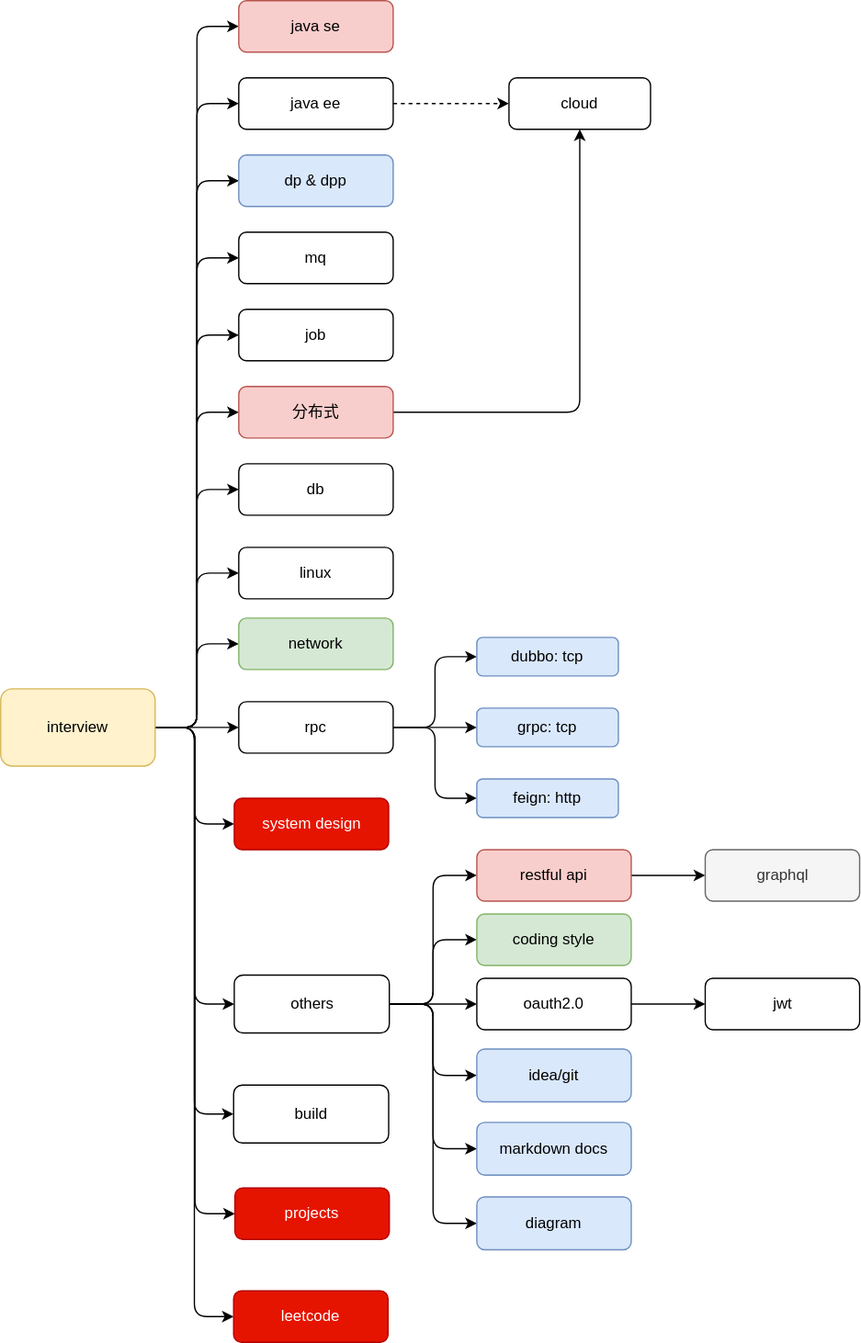
Above: @overview/readme.svg in Alice52/diagrams (draw.io), before the change. Source tidied: cells renumbered, new cells last; positions are measured from the earlier drawing's top-left corner, leaving out a move shared by most shapes.
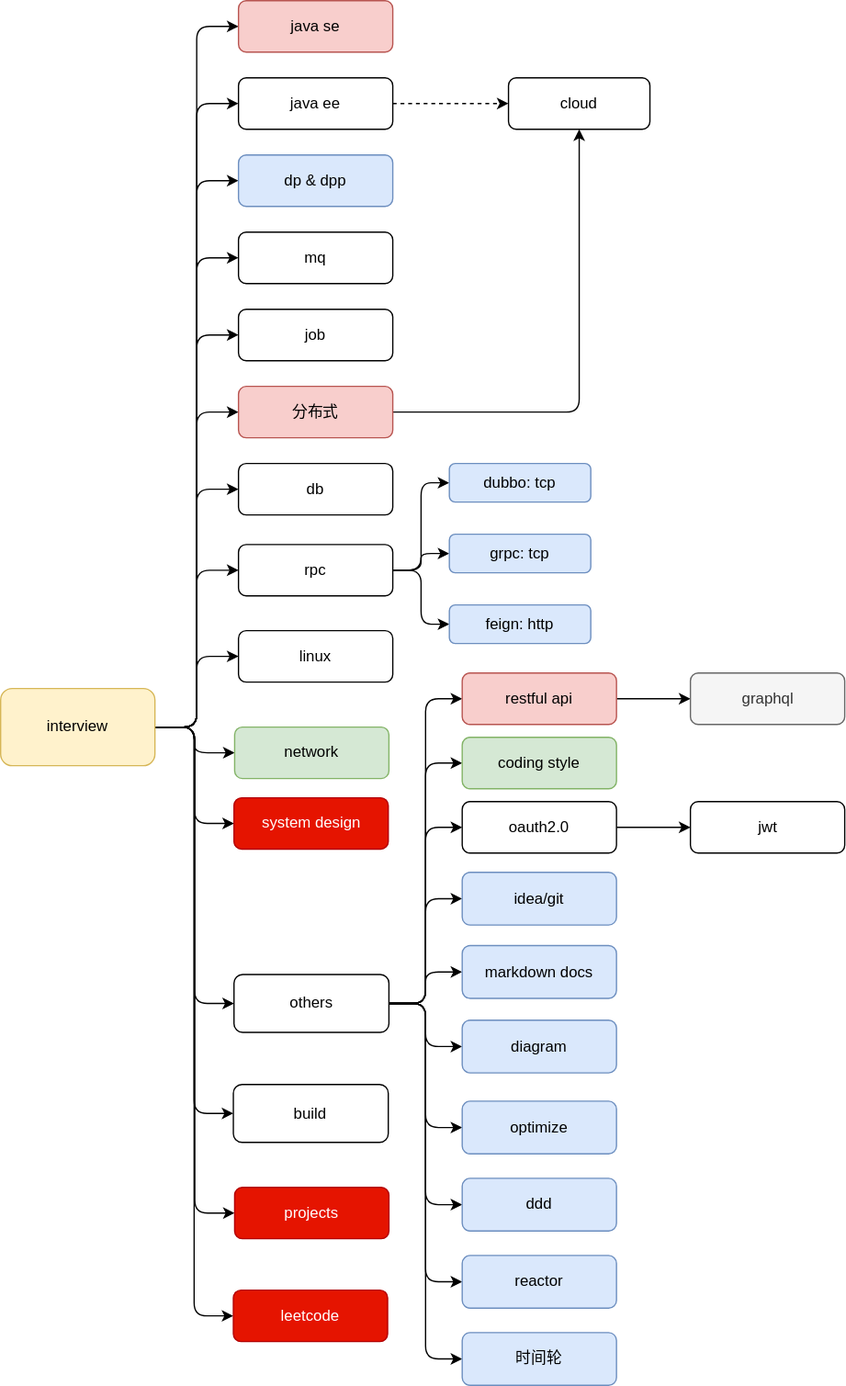
Later version of the same file.

Commit message:
chore(overview): refine javase diagram

What changed in the source:
```diff
@@ -78,7 +78,7 @@
       <mxGeometry x="185" y="360" width="120" height="40" as="geometry" />
     </mxCell>
     <mxCell id="27" value="linux" style="rounded=1;whiteSpace=wrap;html=1;" parent="1" vertex="1">
-      <mxGeometry x="185" y="425" width="120" height="40" as="geometry" />
+      <mxGeometry x="185" y="490" width="120" height="40" as="geometry" />
     </mxCell>
     <mxCell id="28" style="edgeStyle=orthogonalEdgeStyle;rounded=1;jettySize=auto;html=1;entryX=0;entryY=0.5;entryDx=0;entryDy=0;" parent="1" edge="1" source="31" target="48">
       <mxGeometry relative="1" as="geometry" />
@@ -90,10 +90,10 @@
       <mxGeometry relative="1" as="geometry" />
     </mxCell>
     <mxCell id="31" value="rpc" style="rounded=1;whiteSpace=wrap;html=1;" parent="1" vertex="1">
-      <mxGeometry x="185" y="545" width="120" height="40" as="geometry" />
+      <mxGeometry x="185" y="423" width="120" height="40" as="geometry" />
     </mxCell>
     <mxCell id="32" value="network" style="rounded=1;whiteSpace=wrap;html=1;fillColor=#d5e8d4;strokeColor=#82b366;" parent="1" vertex="1">
-      <mxGeometry x="185" y="480" width="120" height="40" as="geometry" />
+      <mxGeometry x="182" y="565" width="120" height="40" as="geometry" />
     </mxCell>
     <mxCell id="33" value="system design" style="rounded=1;whiteSpace=wrap;html=1;fillColor=#e51400;strokeColor=#B20000;fontColor=#ffffff;" parent="1" vertex="1">
       <mxGeometry x="181.5" y="620" width="120" height="40" as="geometry" />
@@ -116,6 +116,18 @@
     <mxCell id="39" style="edgeStyle=orthogonalEdgeStyle;html=1;exitX=1;exitY=0.5;exitDx=0;exitDy=0;entryX=0;entryY=0.5;entryDx=0;entryDy=0;" parent="1" edge="1" source="40" target="57">
       <mxGeometry relative="1" as="geometry" />
     </mxCell>
+    <mxCell id="59" style="edgeStyle=orthogonalEdgeStyle;html=1;entryX=0;entryY=0.5;entryDx=0;entryDy=0;" parent="1" edge="1" source="40" target="63">
+      <mxGeometry relative="1" as="geometry" />
+    </mxCell>
+    <mxCell id="60" style="edgeStyle=orthogonalEdgeStyle;html=1;exitX=1;exitY=0.5;exitDx=0;exitDy=0;entryX=0;entryY=0.5;entryDx=0;entryDy=0;" parent="1" edge="1" source="40" target="64">
+      <mxGeometry relative="1" as="geometry" />
+    </mxCell>
+    <mxCell id="61" style="edgeStyle=orthogonalEdgeStyle;html=1;exitX=1;exitY=0.5;exitDx=0;exitDy=0;entryX=0;entryY=0.5;entryDx=0;entryDy=0;" parent="1" edge="1" source="40" target="65">
+      <mxGeometry relative="1" as="geometry" />
+    </mxCell>
+    <mxCell id="62" style="edgeStyle=orthogonalEdgeStyle;html=1;exitX=1;exitY=0.5;exitDx=0;exitDy=0;entryX=0;entryY=0.5;entryDx=0;entryDy=0;" parent="1" edge="1" source="40" target="66">
+      <mxGeometry relative="1" as="geometry" />
+    </mxCell>
     <mxCell id="40" value="others" style="rounded=1;whiteSpace=wrap;html=1;" parent="1" vertex="1">
       <mxGeometry x="181.5" y="757.5" width="120.5" height="45" as="geometry" />
     </mxCell>
@@ -123,16 +135,16 @@
       <mxGeometry relative="1" as="geometry" />
     </mxCell>
     <mxCell id="42" value="restful api" style="rounded=1;whiteSpace=wrap;html=1;fillColor=#f8cecc;strokeColor=#b85450;" parent="1" vertex="1">
-      <mxGeometry x="370" y="660" width="120" height="40" as="geometry" />
+      <mxGeometry x="359" y="523" width="120" height="40" as="geometry" />
     </mxCell>
     <mxCell id="43" value="coding style" style="rounded=1;whiteSpace=wrap;html=1;fillColor=#d5e8d4;strokeColor=#82b366;" parent="1" vertex="1">
-      <mxGeometry x="370" y="710" width="120" height="40" as="geometry" />
+      <mxGeometry x="359" y="573" width="120" height="40" as="geometry" />
     </mxCell>
     <mxCell id="44" style="edgeStyle=orthogonalEdgeStyle;html=1;" parent="1" edge="1" source="45" target="53">
       <mxGeometry relative="1" as="geometry" />
     </mxCell>
     <mxCell id="45" value="oauth2.0" style="rounded=1;whiteSpace=wrap;html=1;" parent="1" vertex="1">
-      <mxGeometry x="370" y="760" width="120" height="40" as="geometry" />
+      <mxGeometry x="359" y="623" width="120" height="40" as="geometry" />
     </mxCell>
     <mxCell id="46" style="edgeStyle=orthogonalEdgeStyle;html=1;" parent="1" edge="1">
       <mxGeometry relative="1" as="geometry">
@@ -143,22 +155,22 @@
       <mxGeometry x="395" y="60" width="110" height="40" as="geometry" />
     </mxCell>
     <mxCell id="48" value="grpc: tcp" style="rounded=1;whiteSpace=wrap;html=1;fillColor=#dae8fc;strokeColor=#6c8ebf;" parent="1" vertex="1">
-      <mxGeometry x="370" y="550" width="110" height="30" as="geometry" />
+      <mxGeometry x="349" y="415" width="110" height="30" as="geometry" />
     </mxCell>
     <mxCell id="49" value="graphql" style="rounded=1;whiteSpace=wrap;html=1;fillColor=#f5f5f5;strokeColor=#666666;fontColor=#333333;" parent="1" vertex="1">
-      <mxGeometry x="547.5" y="660" width="120" height="40" as="geometry" />
+      <mxGeometry x="536.5" y="523" width="120" height="40" as="geometry" />
     </mxCell>
     <mxCell id="50" value="idea/git" style="rounded=1;whiteSpace=wrap;html=1;fillColor=#dae8fc;strokeColor=#6c8ebf;" parent="1" vertex="1">
-      <mxGeometry x="370" y="815" width="120" height="41" as="geometry" />
+      <mxGeometry x="359" y="678" width="120" height="41" as="geometry" />
     </mxCell>
     <mxCell id="51" value="feign: http" style="rounded=1;whiteSpace=wrap;html=1;fillColor=#dae8fc;strokeColor=#6c8ebf;" parent="1" vertex="1">
-      <mxGeometry x="370" y="605" width="110" height="30" as="geometry" />
+      <mxGeometry x="349" y="470" width="110" height="30" as="geometry" />
     </mxCell>
     <mxCell id="52" value="dubbo: tcp" style="rounded=1;whiteSpace=wrap;html=1;fillColor=#dae8fc;strokeColor=#6c8ebf;" parent="1" vertex="1">
-      <mxGeometry x="370" y="495" width="110" height="30" as="geometry" />
+      <mxGeometry x="349" y="360" width="110" height="30" as="geometry" />
     </mxCell>
     <mxCell id="53" value="jwt" style="rounded=1;whiteSpace=wrap;html=1;" parent="1" vertex="1">
-      <mxGeometry x="547.5" y="760" width="120" height="40" as="geometry" />
+      <mxGeometry x="536.5" y="623" width="120" height="40" as="geometry" />
     </mxCell>
     <mxCell id="54" value="projects" style="rounded=1;whiteSpace=wrap;html=1;fillColor=#e51400;fontColor=#ffffff;strokeColor=#B20000;" parent="1" vertex="1">
       <mxGeometry x="182" y="923" width="120" height="40" as="geometry" />
@@ -167,13 +179,25 @@
       <mxGeometry x="181" y="843" width="120.5" height="45" as="geometry" />
     </mxCell>
     <mxCell id="56" value="markdown docs" style="rounded=1;whiteSpace=wrap;html=1;fillColor=#dae8fc;strokeColor=#6c8ebf;" parent="1" vertex="1">
-      <mxGeometry x="370" y="872" width="120" height="41" as="geometry" />
+      <mxGeometry x="359" y="735" width="120" height="41" as="geometry" />
     </mxCell>
     <mxCell id="57" value="diagram" style="rounded=1;whiteSpace=wrap;html=1;fillColor=#dae8fc;strokeColor=#6c8ebf;" parent="1" vertex="1">
-      <mxGeometry x="370" y="930" width="120" height="41" as="geometry" />
+      <mxGeometry x="359" y="793" width="120" height="41" as="geometry" />
     </mxCell>
     <mxCell id="58" value="leetcode" style="rounded=1;whiteSpace=wrap;html=1;fillColor=#e51400;fontColor=#ffffff;strokeColor=#B20000;" parent="1" vertex="1">
       <mxGeometry x="181" y="1003" width="120" height="40" as="geometry" />
     </mxCell>
+    <mxCell id="63" value="optimize" style="rounded=1;whiteSpace=wrap;html=1;fillColor=#dae8fc;strokeColor=#6c8ebf;" parent="1" vertex="1">
+      <mxGeometry x="359" y="856" width="120" height="41" as="geometry" />
+    </mxCell>
+    <mxCell id="64" value="ddd" style="rounded=1;whiteSpace=wrap;html=1;fillColor=#dae8fc;strokeColor=#6c8ebf;" parent="1" vertex="1">
+      <mxGeometry x="359" y="916" width="120" height="41" as="geometry" />
+    </mxCell>
+    <mxCell id="65" value="reactor" style="rounded=1;whiteSpace=wrap;html=1;fillColor=#dae8fc;strokeColor=#6c8ebf;" parent="1" vertex="1">
+      <mxGeometry x="359" y="976" width="120" height="41" as="geometry" />
+    </mxCell>
+    <mxCell id="66" value="时间轮" style="rounded=1;whiteSpace=wrap;html=1;fillColor=#dae8fc;strokeColor=#6c8ebf;" parent="1" vertex="1">
+      <mxGeometry x="359" y="1036" width="120" height="41" as="geometry" />
+    </mxCell>
   </root>
 </mxGraphModel>
```
